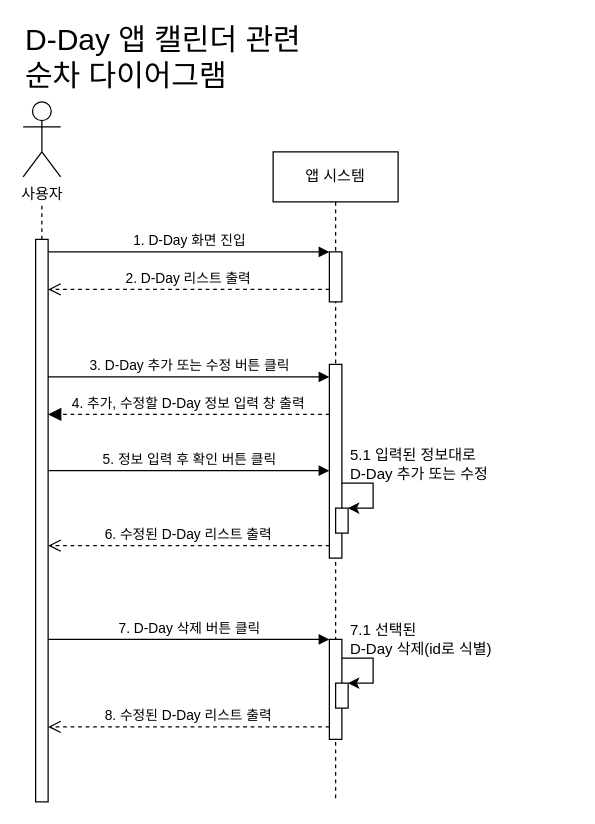
Before: sequence diagram - calender.drawio in baechuTree/softwareEngineering, a draw.io diagram. Source tidied: cells renumbered, new cells numbered last; positions are measured from the earlier drawing's top-left corner, leaving out a move shared by most shapes. Both pictures are drawn from the tidied source at 125%, with x=0, y=0 at pixel (22, 39).
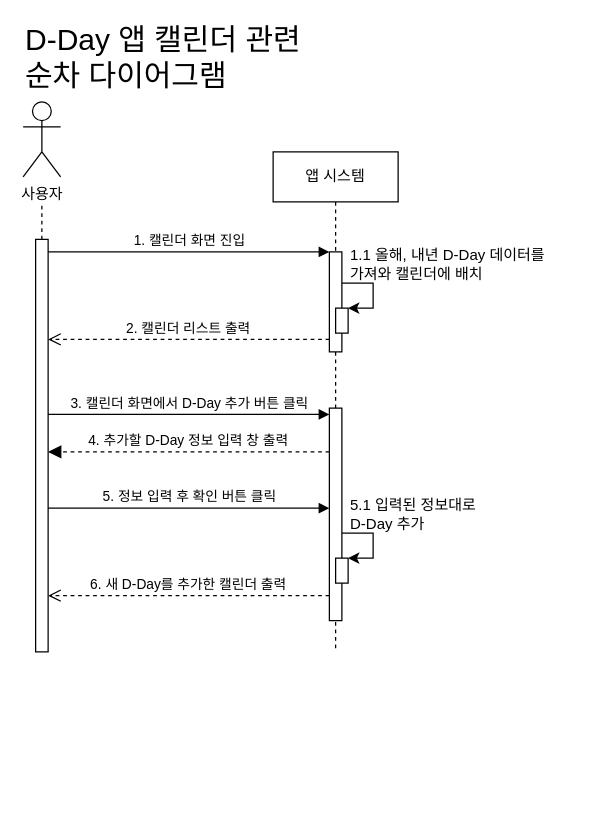
The same page after the edit.

What changed in the source:
```diff
@@
     <mxCell id="2" value="앱 시스템" style="shape=umlLifeline;perimeter=lifelinePerimeter;whiteSpace=wrap;html=1;newEdgeStyle={&quot;edgeStyle&quot;:&quot;elbowEdgeStyle&quot;,&quot;elbow&quot;:&quot;vertical&quot;,&quot;curved&quot;:0,&quot;rounded&quot;:0};" parent="1" vertex="1">
-      <mxGeometry x="200" y="90" width="100" height="520" as="geometry" />
+      <mxGeometry x="200" y="90" width="100" height="400" as="geometry" />
     </mxCell>
     <mxCell id="3" style="html=1;points=[];perimeter=orthogonalPerimeter;outlineConnect=0;targetShapes=umlLifeline;portConstraint=eastwest;newEdgeStyle={&quot;edgeStyle&quot;:&quot;elbowEdgeStyle&quot;,&quot;elbow&quot;:&quot;vertical&quot;,&quot;curved&quot;:0,&quot;rounded&quot;:0};" parent="2" vertex="1">
-      <mxGeometry x="45" y="80" width="10" height="40" as="geometry" />
+      <mxGeometry x="45" y="80" width="10" height="80" as="geometry" />
     </mxCell>
-    <mxCell id="4" style="html=1;points=[];perimeter=orthogonalPerimeter;outlineConnect=0;targetShapes=umlLifeline;portConstraint=eastwest;newEdgeStyle={&quot;edgeStyle&quot;:&quot;elbowEdgeStyle&quot;,&quot;elbow&quot;:&quot;vertical&quot;,&quot;curved&quot;:0,&quot;rounded&quot;:0};" parent="2" vertex="1">
-      <mxGeometry x="45" y="390" width="10" height="80" as="geometry" />
-    </mxCell>
-    <mxCell id="5" value="7.1 선택된&lt;div&gt;D-Day 삭제(id로 식별)&lt;/div&gt;" style="text;html=1;align=left;verticalAlign=middle;strokeColor=none;fillColor=none;" parent="2" vertex="1">
-      <mxGeometry x="60" y="370" width="140" height="40" as="geometry" />
-    </mxCell>
-    <mxCell id="6" style="endArrow=classic;html=1;rounded=0;edgeStyle=orthogonalEdgeStyle;" parent="2" edge="1" target="7">
-      <mxGeometry relative="1" as="geometry">
-        <mxPoint x="55" y="405" as="sourcePoint" />
-        <Array as="points">
-          <mxPoint x="80" y="405" />
-          <mxPoint x="80" y="425" />
-        </Array>
-      </mxGeometry>
-    </mxCell>
-    <mxCell id="7" style="html=1;points=[];perimeter=orthogonalPerimeter;outlineConnect=0;targetShapes=umlLifeline;portConstraint=eastwest;newEdgeStyle={&quot;edgeStyle&quot;:&quot;elbowEdgeStyle&quot;,&quot;elbow&quot;:&quot;vertical&quot;,&quot;curved&quot;:0,&quot;rounded&quot;:0};" parent="2" vertex="1">
-      <mxGeometry x="50" y="425" width="10" height="20" as="geometry" />
-    </mxCell>
+    <mxCell id="24" value="1.1 올해, 내년 D-Day 데이터를&lt;div&gt;가져와 캘린더에 배치&lt;/div&gt;" style="text;html=1;align=left;verticalAlign=middle;strokeColor=none;fillColor=none;" parent="2" vertex="1">
+      <mxGeometry x="60" y="70" width="180" height="40" as="geometry" />
+    </mxCell>
+    <mxCell id="25" style="endArrow=classic;html=1;rounded=0;edgeStyle=orthogonalEdgeStyle;" parent="2" edge="1" target="26">
+      <mxGeometry relative="1" as="geometry">
+        <mxPoint x="55" y="105" as="sourcePoint" />
+        <Array as="points">
+          <mxPoint x="80" y="105" />
+          <mxPoint x="80" y="125" />
+        </Array>
+      </mxGeometry>
+    </mxCell>
+    <mxCell id="26" style="html=1;points=[];perimeter=orthogonalPerimeter;outlineConnect=0;targetShapes=umlLifeline;portConstraint=eastwest;newEdgeStyle={&quot;edgeStyle&quot;:&quot;elbowEdgeStyle&quot;,&quot;elbow&quot;:&quot;vertical&quot;,&quot;curved&quot;:0,&quot;rounded&quot;:0};" parent="2" vertex="1">
+      <mxGeometry x="50" y="125" width="10" height="20" as="geometry" />
+    </mxCell>
+    <mxCell id="18" style="endArrow=classic;html=1;rounded=0;edgeStyle=orthogonalEdgeStyle;" parent="2" edge="1" target="19">
+      <mxGeometry relative="1" as="geometry">
+        <mxPoint x="55" y="305" as="sourcePoint" />
+        <Array as="points">
+          <mxPoint x="80" y="305" />
+          <mxPoint x="80" y="325" />
+        </Array>
+      </mxGeometry>
+    </mxCell>
+    <mxCell id="22" value="6. 새 D-Day를 추가한 캘린더 출력" style="html=1;verticalAlign=bottom;endArrow=open;dashed=1;endSize=8;edgeStyle=elbowEdgeStyle;elbow=vertical;curved=0;rounded=0;" parent="2" edge="1">
+      <mxGeometry relative="1" as="geometry">
+        <mxPoint x="45" y="355" as="sourcePoint" />
+        <mxPoint x="-180" y="355" as="targetPoint" />
+        <Array as="points">
+          <mxPoint x="-5" y="355" />
+        </Array>
+      </mxGeometry>
+    </mxCell>
+    <mxCell id="16" value="5.1 입력된 정보대로&lt;div&gt;D-Day&amp;nbsp;&lt;span style=&quot;background-color: transparent; color: light-dark(rgb(0, 0, 0), rgb(255, 255, 255));&quot;&gt;추가&lt;/span&gt;&lt;/div&gt;" style="text;html=1;align=left;verticalAlign=middle;strokeColor=none;fillColor=none;" parent="2" vertex="1">
+      <mxGeometry x="60" y="270" width="120" height="40" as="geometry" />
+    </mxCell>
+    <mxCell id="17" style="html=1;points=[];perimeter=orthogonalPerimeter;outlineConnect=0;targetShapes=umlLifeline;portConstraint=eastwest;newEdgeStyle={&quot;edgeStyle&quot;:&quot;elbowEdgeStyle&quot;,&quot;elbow&quot;:&quot;vertical&quot;,&quot;curved&quot;:0,&quot;rounded&quot;:0};" parent="2" vertex="1">
+      <mxGeometry x="45" y="205" width="10" height="170" as="geometry" />
+    </mxCell>
+    <mxCell id="19" style="html=1;points=[];perimeter=orthogonalPerimeter;outlineConnect=0;targetShapes=umlLifeline;portConstraint=eastwest;newEdgeStyle={&quot;edgeStyle&quot;:&quot;elbowEdgeStyle&quot;,&quot;elbow&quot;:&quot;vertical&quot;,&quot;curved&quot;:0,&quot;rounded&quot;:0};" parent="2" vertex="1">
+      <mxGeometry x="50" y="325" width="10" height="20" as="geometry" />
+    </mxCell>
-    <mxCell id="8" value="1. D-Day 화면 진입" style="html=1;verticalAlign=bottom;endArrow=block;edgeStyle=elbowEdgeStyle;elbow=vertical;curved=0;rounded=0;" parent="1" edge="1" source="12" target="3">
+    <mxCell id="8" value="1. 캘린더 화면 진입" style="html=1;verticalAlign=bottom;endArrow=block;edgeStyle=elbowEdgeStyle;elbow=vertical;curved=0;rounded=0;" parent="1" edge="1" source="12" target="3">
       <mxGeometry relative="1" as="geometry">
         <Array as="points">
           <mxPoint x="105" y="170" />
         </Array>
       </mxGeometry>
     </mxCell>
-    <mxCell id="9" value="2. D-Day 리스트 출력" style="html=1;verticalAlign=bottom;endArrow=open;dashed=1;endSize=8;edgeStyle=elbowEdgeStyle;elbow=vertical;curved=0;rounded=0;" parent="1" edge="1" source="3" target="12">
+    <mxCell id="9" value="2. 캘린더 리스트 출력" style="html=1;verticalAlign=bottom;endArrow=open;dashed=1;endSize=8;edgeStyle=elbowEdgeStyle;elbow=vertical;curved=0;rounded=0;" parent="1" edge="1">
       <mxGeometry relative="1" as="geometry">
+        <mxPoint x="245" y="240" as="sourcePoint" />
+        <mxPoint x="20" y="240" as="targetPoint" />
         <Array as="points">
-          <mxPoint x="115" y="200" />
+          <mxPoint x="115" y="240" />
         </Array>
       </mxGeometry>
     </mxCell>
@@
     <mxCell id="12" style="html=1;points=[];perimeter=orthogonalPerimeter;outlineConnect=0;targetShapes=umlLifeline;portConstraint=eastwest;newEdgeStyle={&quot;edgeStyle&quot;:&quot;elbowEdgeStyle&quot;,&quot;elbow&quot;:&quot;vertical&quot;,&quot;curved&quot;:0,&quot;rounded&quot;:0};" parent="1" vertex="1">
-      <mxGeometry x="10" y="160" width="10" height="450" as="geometry" />
+      <mxGeometry x="10" y="160" width="10" height="330" as="geometry" />
     </mxCell>
-    <mxCell id="13" value="7. D-Day 삭제 버튼 클릭" style="html=1;verticalAlign=bottom;endArrow=block;edgeStyle=elbowEdgeStyle;elbow=vertical;curved=0;rounded=0;" parent="1" edge="1" target="4">
-      <mxGeometry relative="1" as="geometry">
-        <mxPoint x="20" y="480" as="sourcePoint" />
-        <Array as="points">
-          <mxPoint x="85" y="480" />
-        </Array>
-      </mxGeometry>
-    </mxCell>
-    <mxCell id="14" value="8. 수정된 D-Day 리스트 출력" style="html=1;verticalAlign=bottom;endArrow=open;dashed=1;endSize=8;edgeStyle=elbowEdgeStyle;elbow=vertical;curved=0;rounded=0;" parent="1" edge="1" source="4">
-      <mxGeometry relative="1" as="geometry">
-        <mxPoint x="20" y="550" as="targetPoint" />
-        <Array as="points">
-          <mxPoint x="95" y="550" />
-        </Array>
-      </mxGeometry>
-    </mxCell>
@@
-    <mxCell id="16" value="5.1 입력된 정보대로&lt;div&gt;D-Day&amp;nbsp;&lt;span style=&quot;background-color: transparent; color: light-dark(rgb(0, 0, 0), rgb(255, 255, 255));&quot;&gt;추가 또는 수정&lt;/span&gt;&lt;/div&gt;" style="text;html=1;align=left;verticalAlign=middle;strokeColor=none;fillColor=none;" parent="1" vertex="1">
-      <mxGeometry x="260" y="320" width="130" height="40" as="geometry" />
-    </mxCell>
-    <mxCell id="17" style="html=1;points=[];perimeter=orthogonalPerimeter;outlineConnect=0;targetShapes=umlLifeline;portConstraint=eastwest;newEdgeStyle={&quot;edgeStyle&quot;:&quot;elbowEdgeStyle&quot;,&quot;elbow&quot;:&quot;vertical&quot;,&quot;curved&quot;:0,&quot;rounded&quot;:0};" parent="1" vertex="1">
-      <mxGeometry x="245" y="260" width="10" height="155" as="geometry" />
-    </mxCell>
-    <mxCell id="18" style="endArrow=classic;html=1;rounded=0;edgeStyle=orthogonalEdgeStyle;" parent="1" edge="1" source="17" target="19">
-      <mxGeometry relative="1" as="geometry">
-        <Array as="points">
-          <mxPoint x="280" y="355" />
-          <mxPoint x="280" y="375" />
-        </Array>
-      </mxGeometry>
-    </mxCell>
-    <mxCell id="19" style="html=1;points=[];perimeter=orthogonalPerimeter;outlineConnect=0;targetShapes=umlLifeline;portConstraint=eastwest;newEdgeStyle={&quot;edgeStyle&quot;:&quot;elbowEdgeStyle&quot;,&quot;elbow&quot;:&quot;vertical&quot;,&quot;curved&quot;:0,&quot;rounded&quot;:0};" parent="1" vertex="1">
-      <mxGeometry x="250" y="375" width="10" height="20" as="geometry" />
-    </mxCell>
-    <mxCell id="20" value="3. D-Day 추가 또는 수정 버튼 클릭" style="html=1;verticalAlign=bottom;endArrow=block;edgeStyle=elbowEdgeStyle;elbow=vertical;curved=0;rounded=0;" parent="1" edge="1" target="17">
+    <mxCell id="20" value="3. 캘린더 화면에서 D-Day 추가 버튼 클릭" style="html=1;verticalAlign=bottom;endArrow=block;edgeStyle=elbowEdgeStyle;elbow=vertical;curved=0;rounded=0;" parent="1" edge="1" target="17">
       <mxGeometry relative="1" as="geometry">
-        <mxPoint x="20" y="270" as="sourcePoint" />
+        <mxPoint x="20" y="300" as="sourcePoint" />
         <Array as="points">
-          <mxPoint x="95" y="270" />
+          <mxPoint x="95" y="300" />
         </Array>
       </mxGeometry>
     </mxCell>
     <mxCell id="21" value="5. 정보 입력 후 확인 버튼 클릭" style="html=1;verticalAlign=bottom;endArrow=block;edgeStyle=elbowEdgeStyle;elbow=horizontal;curved=0;rounded=0;" parent="1" edge="1" target="17">
       <mxGeometry relative="1" as="geometry">
-        <mxPoint x="20" y="345" as="sourcePoint" />
+        <mxPoint x="20" y="375" as="sourcePoint" />
         <Array as="points">
-          <mxPoint x="115" y="345" />
+          <mxPoint x="115" y="375" />
         </Array>
       </mxGeometry>
     </mxCell>
-    <mxCell id="22" value="6. 수정된 D-Day 리스트 출력" style="html=1;verticalAlign=bottom;endArrow=open;dashed=1;endSize=8;edgeStyle=elbowEdgeStyle;elbow=vertical;curved=0;rounded=0;" parent="1" edge="1" source="17">
-      <mxGeometry relative="1" as="geometry">
-        <mxPoint x="20" y="405" as="targetPoint" />
-        <Array as="points">
-          <mxPoint x="195" y="405" />
-        </Array>
-      </mxGeometry>
-    </mxCell>
-    <mxCell id="23" value="4. 추가, 수정할 D-Day 정보 입력 창 출력" style="html=1;verticalAlign=bottom;endArrow=block;dashed=1;endSize=8;edgeStyle=elbowEdgeStyle;elbow=vertical;curved=0;rounded=0;endFill=1;" parent="1" edge="1" source="17">
+    <mxCell id="23" value="4. 추가할 D-Day 정보 입력 창 출력" style="html=1;verticalAlign=bottom;endArrow=block;dashed=1;endSize=8;edgeStyle=elbowEdgeStyle;elbow=vertical;curved=0;rounded=0;endFill=1;" parent="1" edge="1" source="17">
       <mxGeometry relative="1" as="geometry">
-        <mxPoint x="20" y="300" as="targetPoint" />
+        <mxPoint x="20" y="330" as="targetPoint" />
         <Array as="points">
-          <mxPoint x="105" y="300" />
+          <mxPoint x="105" y="330" />
         </Array>
       </mxGeometry>
     </mxCell>
```
